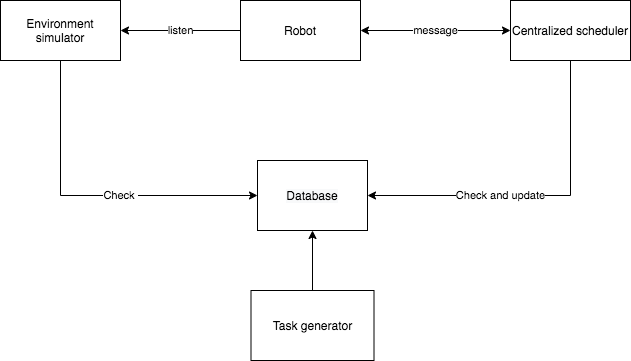
This is Thesis/content/images/ch3/architecture.drawio.png from xuanjiao/master_thesis, a draw.io export, as it was before one commit. Source tidied: cells renumbered, new cells last; positions are measured from the earlier drawing's top-left corner, leaving out a move shared by most shapes.
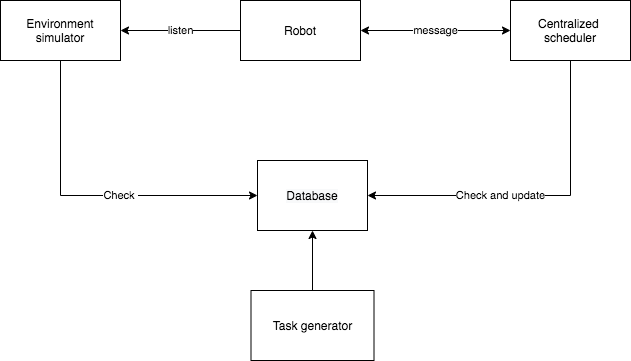
The same file after the commit.

What changed in the source:
```diff
@@ -39,7 +39,7 @@
     <mxCell id="10" value="Robot" style="rounded=0;whiteSpace=wrap;html=1;strokeColor=#000000;" parent="1" vertex="1">
       <mxGeometry x="240" width="120" height="60" as="geometry" />
     </mxCell>
-    <mxCell id="11" value="&lt;span&gt;Centralized scheduler&lt;/span&gt;" style="rounded=0;whiteSpace=wrap;html=1;strokeColor=#000000;" parent="1" vertex="1">
+    <mxCell id="11" value="&lt;span&gt;Centralized &lt;br&gt;scheduler&lt;/span&gt;" style="rounded=0;whiteSpace=wrap;html=1;strokeColor=#000000;" parent="1" vertex="1">
       <mxGeometry x="510" width="120" height="60" as="geometry" />
     </mxCell>
   </root>
```
